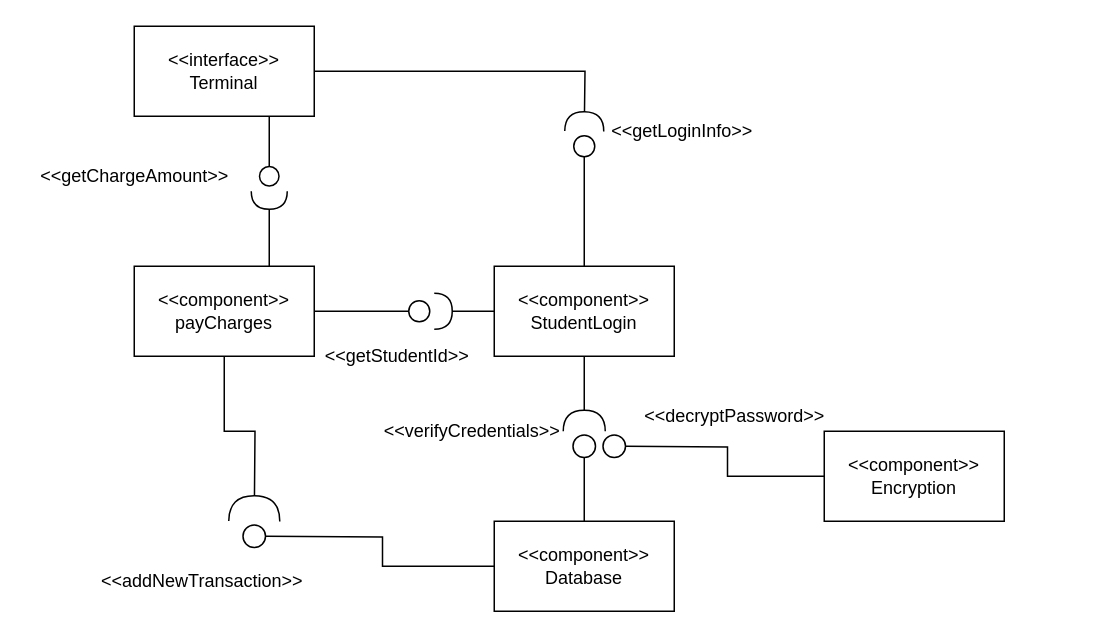
Earlier version of the draw.io diagram page "payCharges" (3 of 3) of DesignDocument1.drawio (ImBrent/ClassWork). Source tidied: cells renumbered, new cells numbered last; positions are measured from the earlier drawing's top-left corner, leaving out a move shared by most shapes. Both pictures are drawn from the tidied source at 150%, with x=0, y=0 at pixel (28, 26).
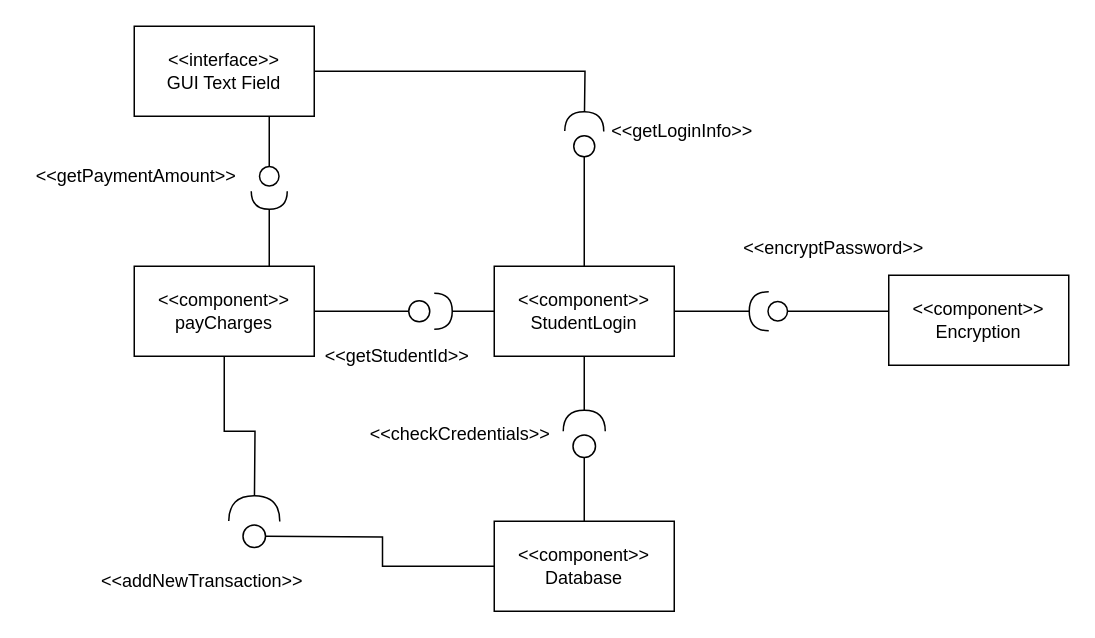
After the change.

The change refers to these unchanged cells:
```xml
<mxCell id="13" value="&lt;div&gt;&amp;lt;&amp;lt;component&amp;gt;&amp;gt;&lt;/div&gt;&lt;div&gt;StudentLogin&lt;br&gt;&lt;/div&gt;" style="rounded=0;whiteSpace=wrap;html=1;" parent="1" vertex="1">
  <mxGeometry x="310" y="160" width="120" height="60" as="geometry" />
</mxCell>
```

What changed in the source:
```diff
@@
-    <mxCell id="4" value="&lt;div&gt;&amp;lt;&amp;lt;interface&amp;gt;&amp;gt;&lt;/div&gt;&lt;div&gt;Terminal&lt;/div&gt;" style="rounded=0;whiteSpace=wrap;html=1;" parent="1" vertex="1">
+    <mxCell id="4" value="&lt;div&gt;&amp;lt;&amp;lt;interface&amp;gt;&amp;gt;&lt;/div&gt;&lt;div&gt;GUI Text Field&lt;br&gt;&lt;/div&gt;" style="rounded=0;whiteSpace=wrap;html=1;" parent="1" vertex="1">
       <mxGeometry x="70" width="120" height="60" as="geometry" />
     </mxCell>
@@
-    <mxCell id="9" value="&amp;lt;&amp;lt;getChargeAmount&amp;gt;&amp;gt;" style="text;html=1;align=center;verticalAlign=middle;" parent="1" vertex="1">
-      <mxGeometry y="90" width="140" height="20" as="geometry" />
+    <mxCell id="9" value="&amp;lt;&amp;lt;getPaymentAmount&amp;gt;&amp;gt;" style="text;html=1;align=center;verticalAlign=middle;" parent="1" vertex="1">
+      <mxGeometry x="-2" y="91" width="145" height="18" as="geometry" />
     </mxCell>
@@
+    <mxCell id="24" style="edgeStyle=orthogonalEdgeStyle;rounded=0;jettySize=auto;html=1;exitX=1;exitY=0.5;exitDx=0;exitDy=0;endArrow=halfCircle;endFill=0;endSize=11;" parent="1" edge="1" source="13">
+      <mxGeometry relative="1" as="geometry">
+        <mxPoint x="493" y="190" as="targetPoint" />
+      </mxGeometry>
+    </mxCell>
@@
-    <mxCell id="19" style="edgeStyle=orthogonalEdgeStyle;rounded=0;jettySize=auto;html=1;exitX=0;exitY=0.5;exitDx=0;exitDy=0;startArrow=none;startFill=0;startSize=14;endArrow=oval;endFill=0;endSize=15;" parent="1" edge="1" source="20">
-      <mxGeometry relative="1" as="geometry">
-        <mxPoint x="390" y="280" as="targetPoint" />
-      </mxGeometry>
-    </mxCell>
+    <mxCell id="25" style="edgeStyle=orthogonalEdgeStyle;rounded=0;jettySize=auto;html=1;exitX=0;exitY=0.4;exitDx=0;exitDy=0;endArrow=oval;endFill=0;endSize=13;exitPerimeter=0;" parent="1" edge="1" source="20">
+      <mxGeometry relative="1" as="geometry">
+        <mxPoint x="499" y="190" as="targetPoint" />
+      </mxGeometry>
+    </mxCell>
     <mxCell id="20" value="&lt;div&gt;&amp;lt;&amp;lt;component&amp;gt;&amp;gt;&lt;/div&gt;&lt;div&gt;Encryption&lt;br&gt;&lt;/div&gt;" style="rounded=0;whiteSpace=wrap;html=1;" parent="1" vertex="1">
-      <mxGeometry x="530" y="270" width="120" height="60" as="geometry" />
+      <mxGeometry x="573" y="166" width="120" height="60" as="geometry" />
     </mxCell>
-    <mxCell id="21" value="&amp;lt;&amp;lt;decryptPassword&amp;gt;&amp;gt;" style="text;html=1;align=center;verticalAlign=middle;" parent="1" vertex="1">
-      <mxGeometry x="400" y="250" width="140" height="20" as="geometry" />
+    <mxCell id="21" value="&amp;lt;&amp;lt;encryptPassword&amp;gt;&amp;gt;" style="text;html=1;align=center;verticalAlign=middle;" parent="1" vertex="1">
+      <mxGeometry x="469" y="139" width="133" height="18" as="geometry" />
     </mxCell>
-    <mxCell id="22" value="&amp;lt;&amp;lt;verifyCredentials&amp;gt;&amp;gt;" style="text;html=1;align=center;verticalAlign=middle;" parent="1" vertex="1">
-      <mxGeometry x="230" y="260" width="130" height="20" as="geometry" />
+    <mxCell id="22" value="&amp;lt;&amp;lt;checkCredentials&amp;gt;&amp;gt;" style="text;html=1;align=center;verticalAlign=middle;" parent="1" vertex="1">
+      <mxGeometry x="220" y="263" width="134" height="18" as="geometry" />
     </mxCell>
```
